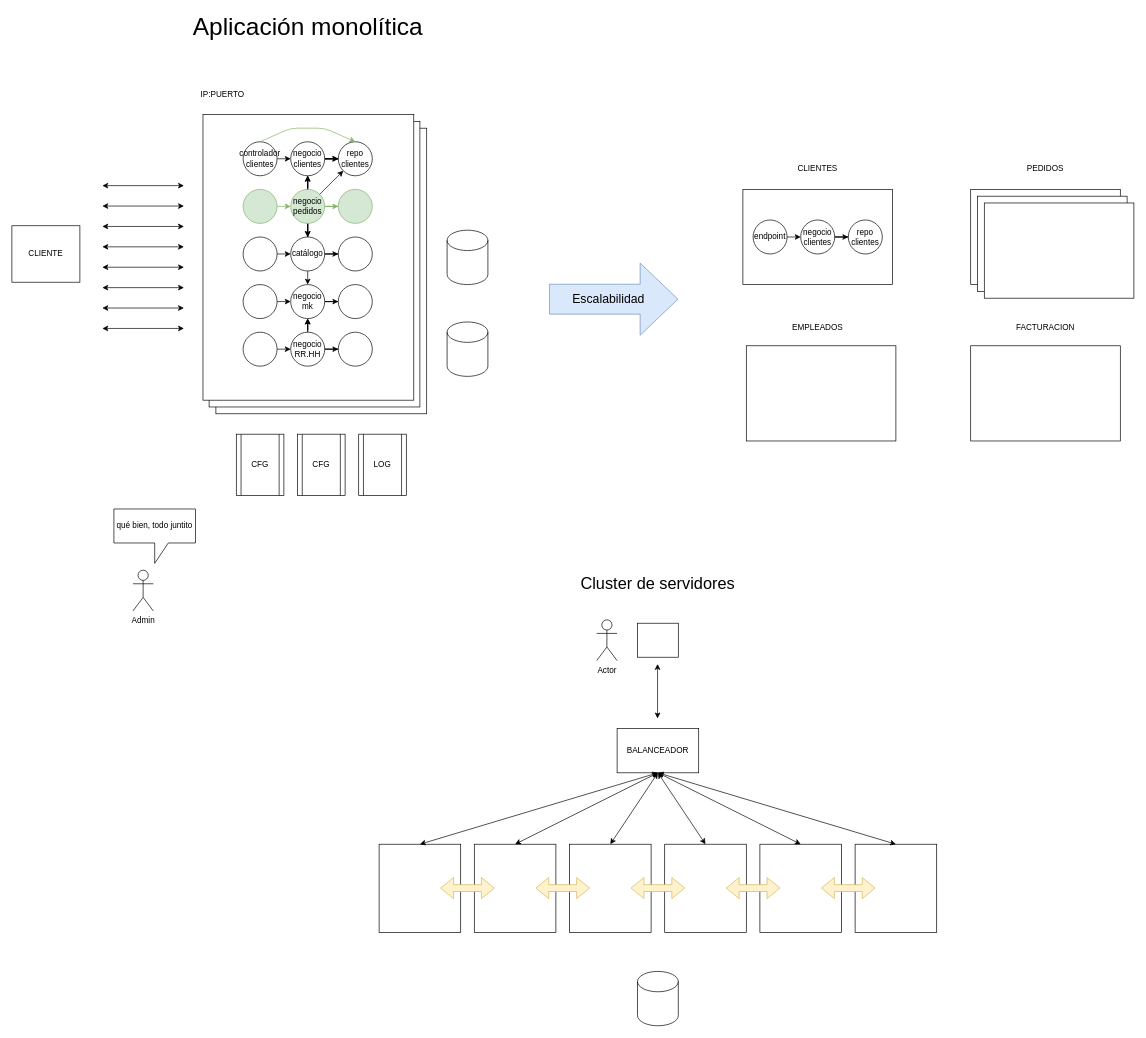
This is page "Página-10" (10 of 40) of patrones_2022_7.drawio from lrag/Patrones, a draw.io file, before an edit. Source tidied: cells renumbered, new cells numbered last; positions are measured from the earlier drawing's top-left corner, leaving out a move shared by most shapes. Both pictures are drawn from the tidied source at 68%, with x=0, y=0 at pixel (12, 19).
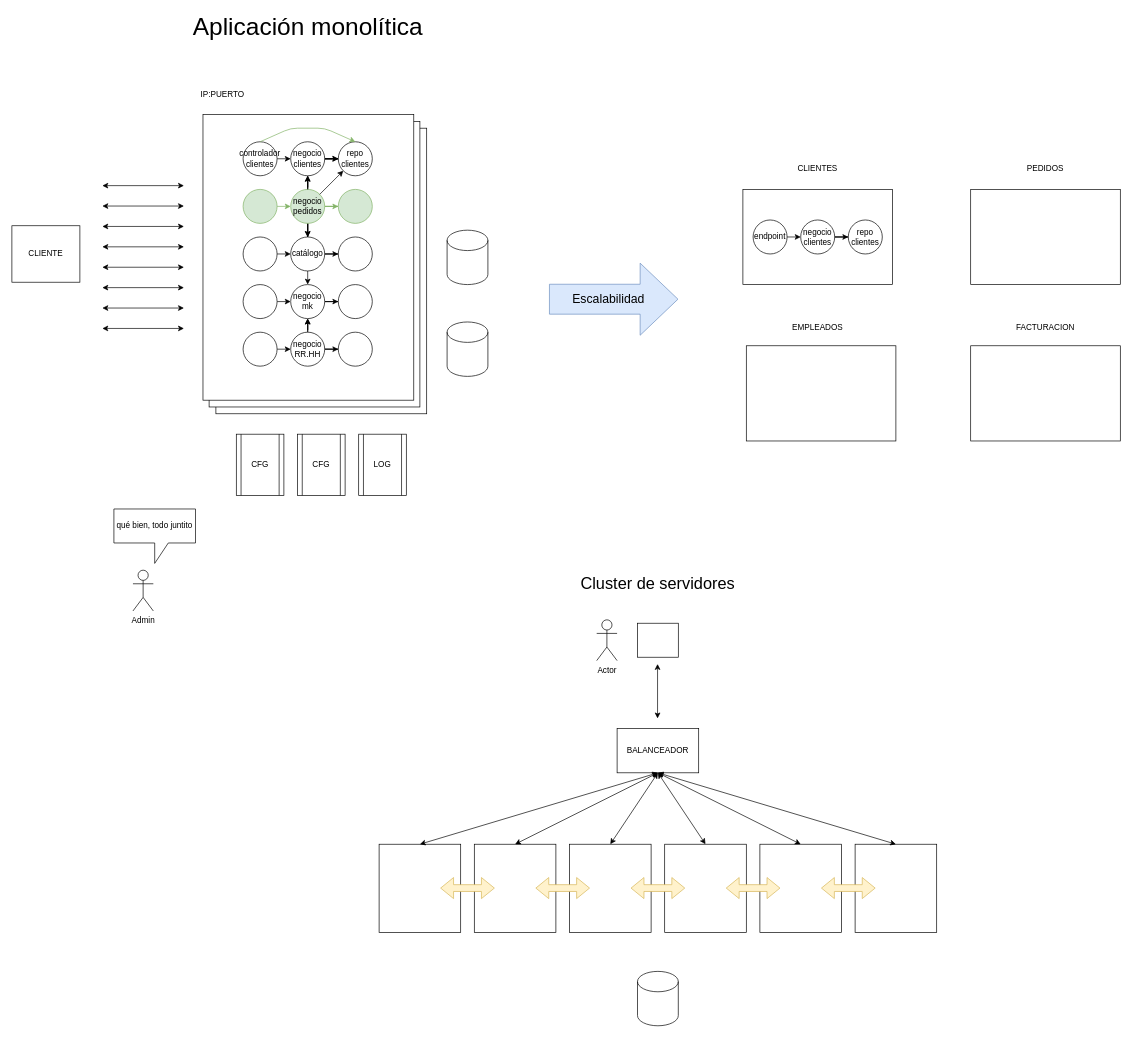
After the change.

Change to the diagram source:
```diff
@@
-    <mxCell id="96" style="rounded=0;whiteSpace=wrap;html=1;" parent="1" vertex="1">
-      <mxGeometry x="1420" y="260" width="220" height="140" as="geometry" />
-    </mxCell>
-    <mxCell id="97" style="rounded=0;whiteSpace=wrap;html=1;" parent="1" vertex="1">
-      <mxGeometry x="1430" y="270" width="220" height="140" as="geometry" />
-    </mxCell>
```
